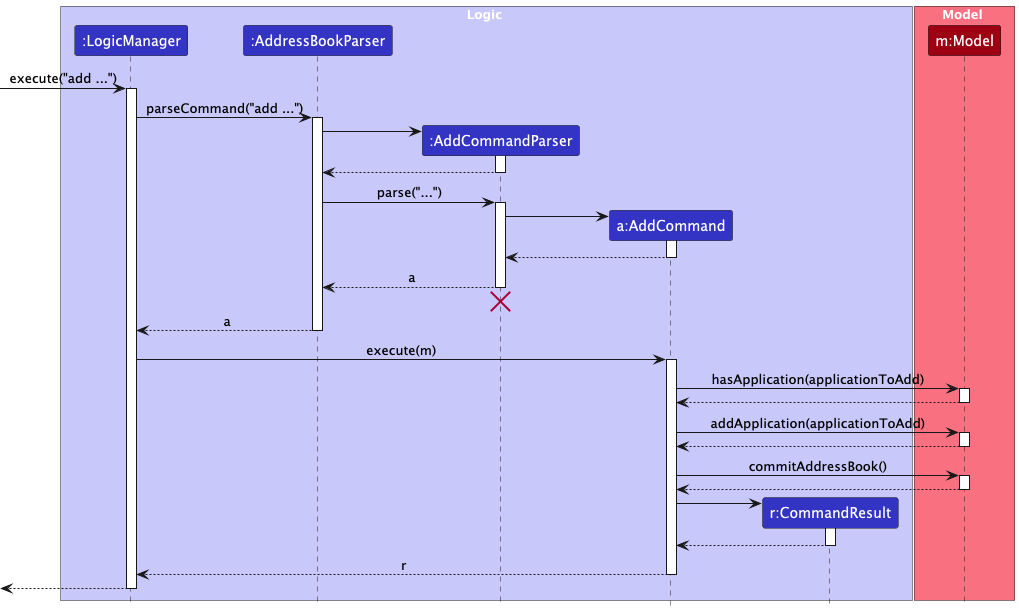
Xingchen722/tp keeps this PlantUML diagram as docs/images/AddSequenceDiagram-Logic.png. Above is the earlier version. Source of this version:
```plantuml
@startuml
!include style.puml
skinparam ArrowFontStyle plain

box Logic LOGIC_COLOR_T1
participant ":LogicManager" as LogicManager LOGIC_COLOR
participant ":AddressBookParser" as AddressBookParser LOGIC_COLOR
participant ":AddCommandParser" as AddCommandParser LOGIC_COLOR
participant "a:AddCommand" as AddCommand LOGIC_COLOR
participant "r:CommandResult" as CommandResult LOGIC_COLOR
end box

box Model MODEL_COLOR_T1
participant "m:Model" as Model MODEL_COLOR
end box

[-> LogicManager : execute("add ...")
activate LogicManager

LogicManager -> AddressBookParser : parseCommand("add ...")
activate AddressBookParser

create AddCommandParser
AddressBookParser -> AddCommandParser
activate AddCommandParser

AddCommandParser --> AddressBookParser
deactivate AddCommandParser

AddressBookParser -> AddCommandParser : parse("...")
activate AddCommandParser

create AddCommand
AddCommandParser -> AddCommand
activate AddCommand

AddCommand --> AddCommandParser
deactivate AddCommand

AddCommandParser --> AddressBookParser : a
deactivate AddCommandParser
AddCommandParser -[hidden]-> AddressBookParser
destroy AddCommandParser

AddressBookParser --> LogicManager : a
deactivate AddressBookParser

LogicManager -> AddCommand : execute(m)
activate AddCommand

AddCommand -> Model : hasApplication(applicationToAdd)
activate Model
Model --> AddCommand
deactivate Model

AddCommand -> Model : addApplication(applicationToAdd)
activate Model
Model --> AddCommand
deactivate Model

AddCommand -> Model : commitAddressBook()
activate Model
Model --> AddCommand
deactivate Model

create CommandResult
AddCommand -> CommandResult
activate CommandResult

CommandResult --> AddCommand
deactivate CommandResult

AddCommand --> LogicManager : r
deactivate AddCommand

[<--LogicManager
deactivate LogicManager
@enduml
```
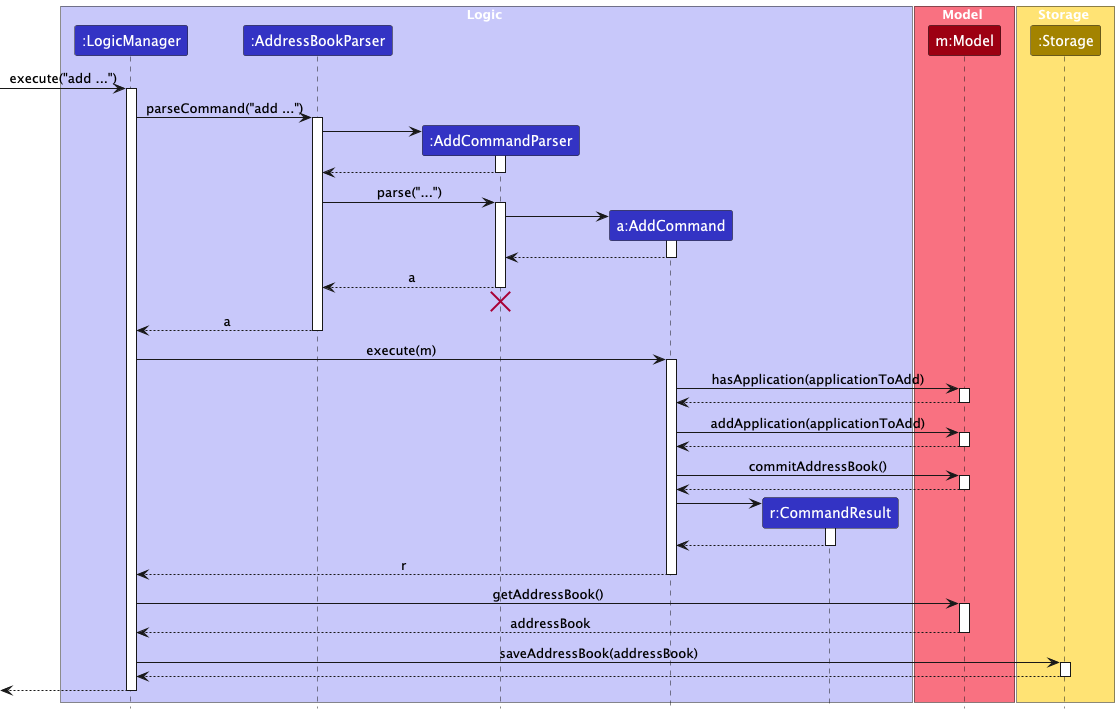
Above is the later version.

Diff of the diagram source:
```diff
@@ -12,6 +12,10 @@
 
 box Model MODEL_COLOR_T1
 participant "m:Model" as Model MODEL_COLOR
+end box
+
+box Storage STORAGE_COLOR_T1
+participant ":Storage" as Storage STORAGE_COLOR
 end box
 
 [-> LogicManager : execute("add ...")
@@ -73,6 +77,16 @@
 AddCommand --> LogicManager : r
 deactivate AddCommand
 
+LogicManager -> Model : getAddressBook()
+activate Model
+Model --> LogicManager : addressBook
+deactivate Model
+
+LogicManager -> Storage : saveAddressBook(addressBook)
+activate Storage
+Storage --> LogicManager
+deactivate Storage
+
 [<--LogicManager
 deactivate LogicManager
 @enduml
```
